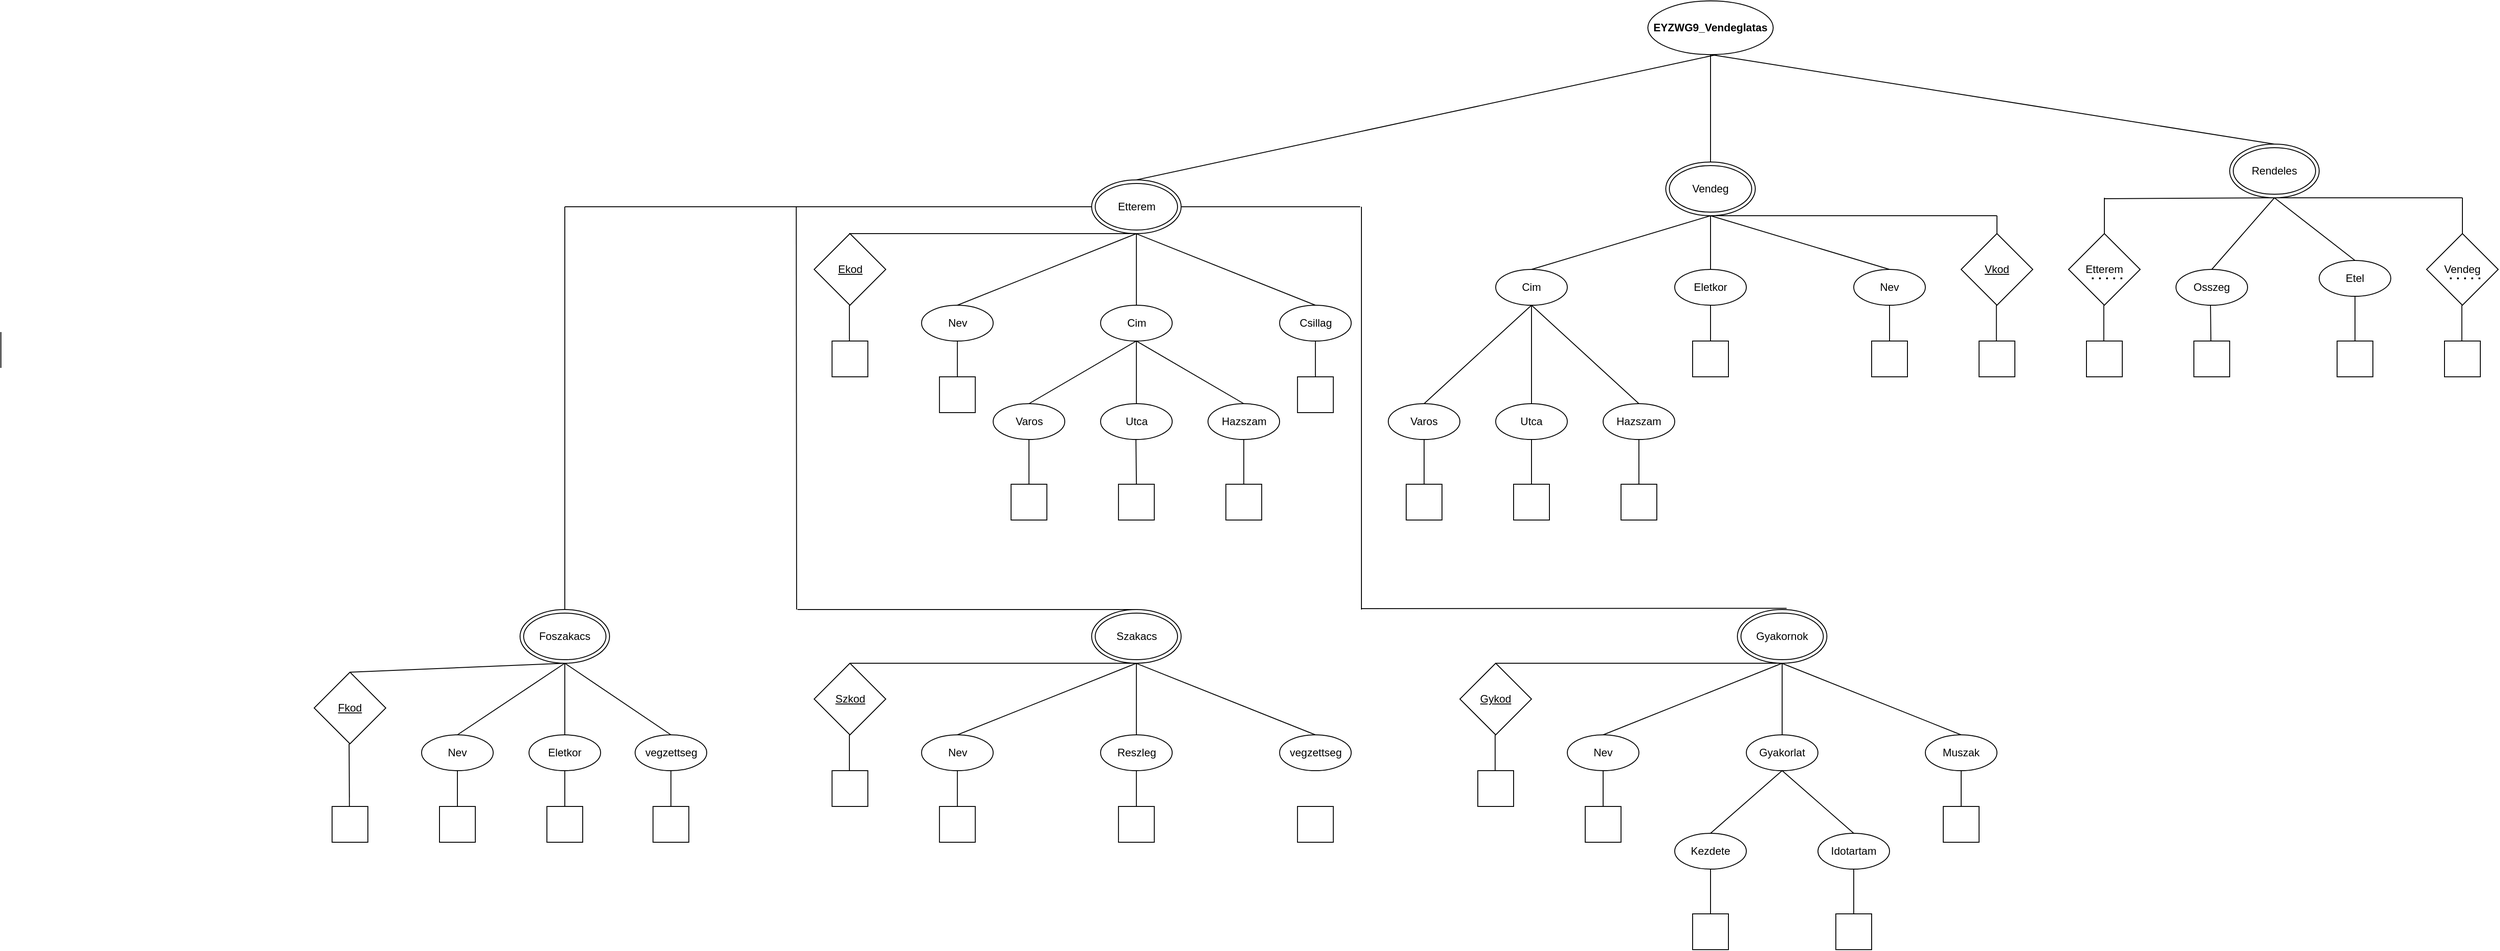
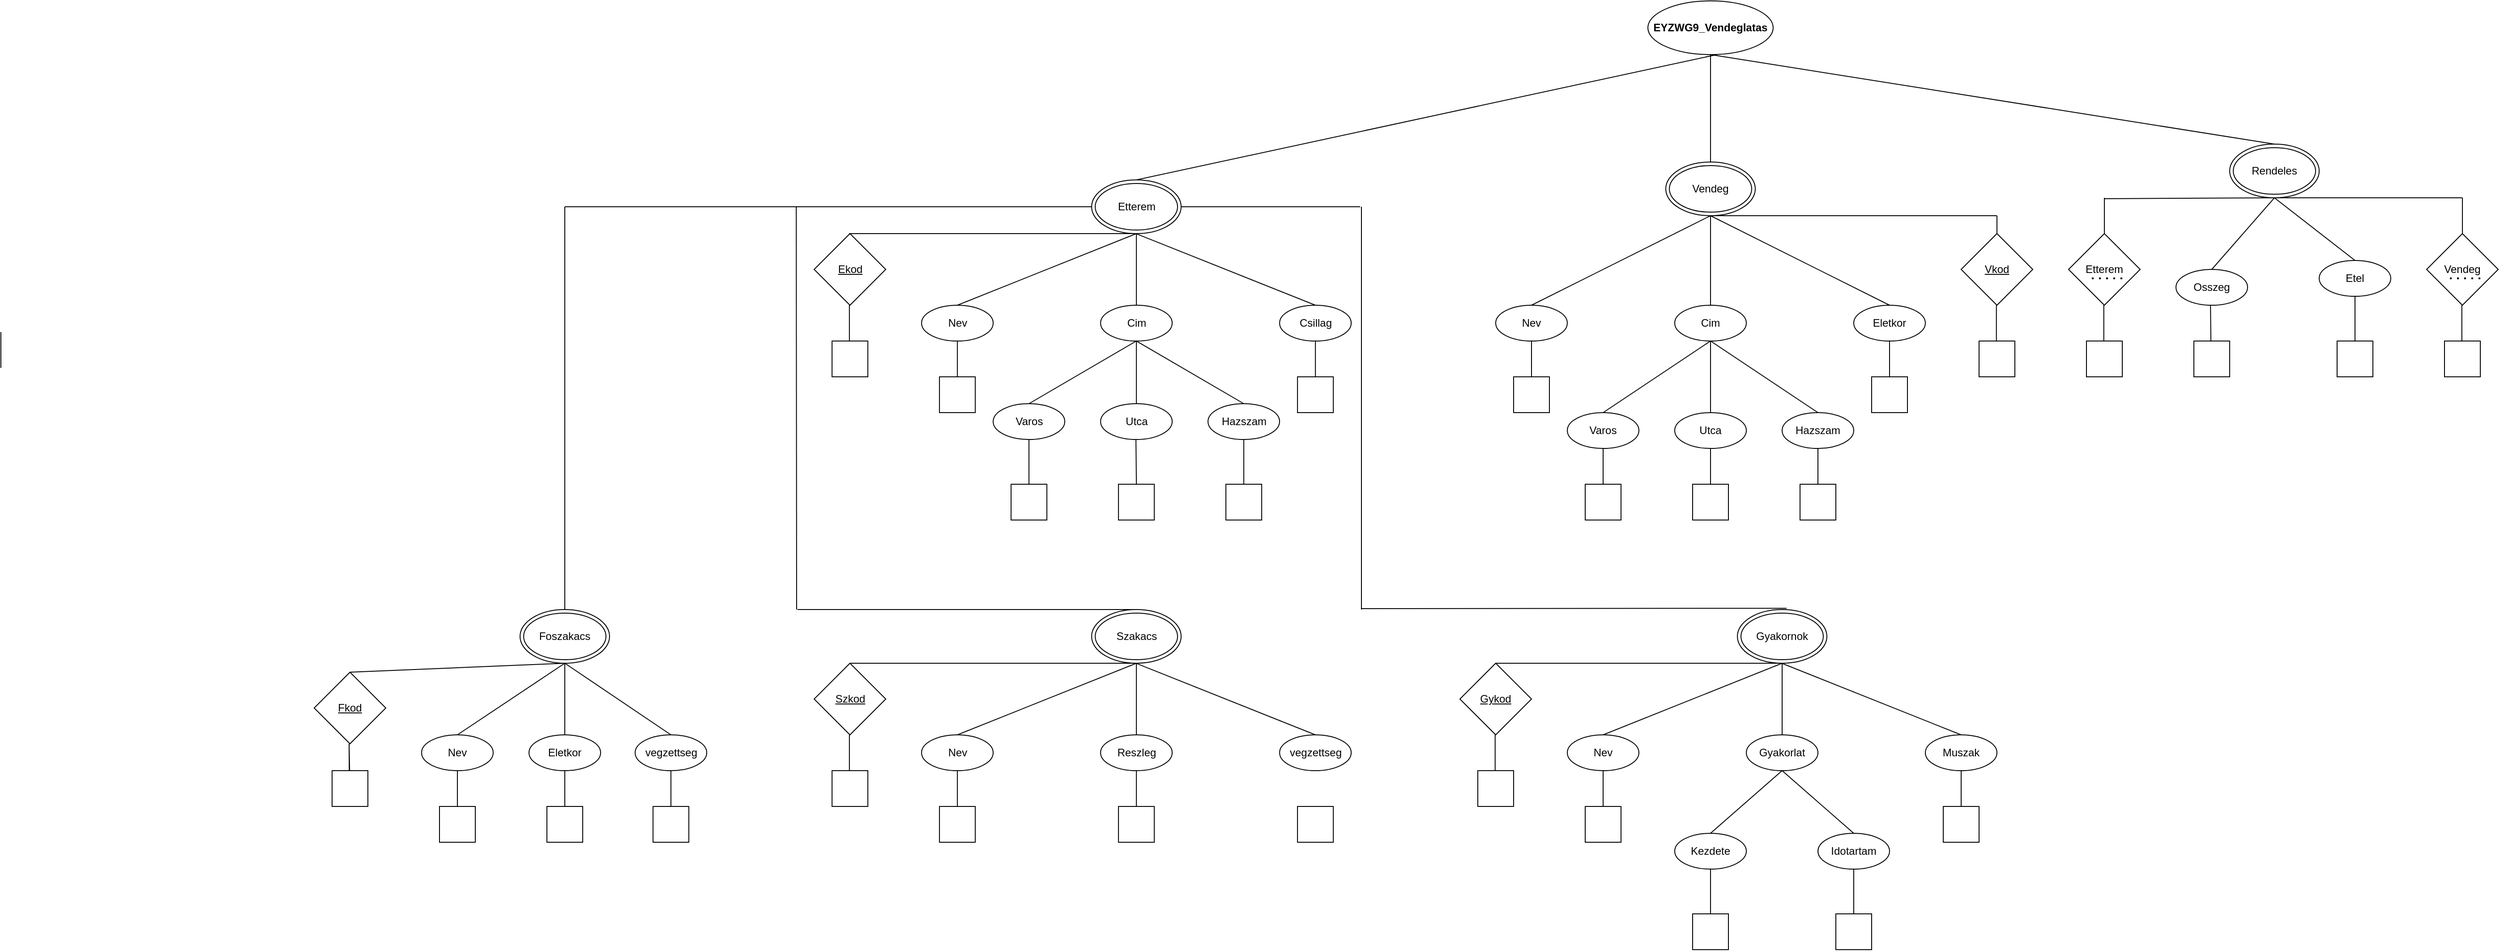
<mxfile host="app.diagrams.net" agent="Mozilla/5.0 (Windows NT 10.0; Win64; x64) AppleWebKit/537.36 (KHTML, like Gecko) Chrome/145.0.0.0 Safari/537.36" version="29.6.3">
  <diagram name="Oldal-1" id="nz7WcKxxeswCLz__thEY">
-     <mxGraphModel dx="4217" dy="1128" grid="1" gridSize="10" guides="1" tooltips="1" connect="1" arrows="1" fold="1" page="1" pageScale="1" pageWidth="827" pageHeight="1169" math="0" shadow="0">
+     <mxGraphModel dx="2935" dy="564" grid="1" gridSize="10" guides="1" tooltips="1" connect="1" arrows="1" fold="1" page="1" pageScale="1" pageWidth="827" pageHeight="1169" math="0" shadow="0">
      <root>
        <mxCell id="0" />
        <mxCell id="1" parent="0" />
        <mxCell id="hJ1O73lJxuiaSyrEaOxn-101" parent="1" style="whiteSpace=wrap;html=1;aspect=fixed;" value="" vertex="1">
          <mxGeometry height="40" width="40" x="1200" y="400" as="geometry" />
        </mxCell>
        <mxCell id="hJ1O73lJxuiaSyrEaOxn-102" edge="1" parent="1" style="endArrow=none;html=1;rounded=0;exitX=0.5;exitY=1;exitDx=0;exitDy=0;" value="">
          <mxGeometry height="50" relative="1" width="50" as="geometry">
            <mxPoint x="1218.57" y="360" as="sourcePoint" />
            <mxPoint x="1219" y="400" as="targetPoint" />
          </mxGeometry>
        </mxCell>
        <mxCell id="hJ1O73lJxuiaSyrEaOxn-97" parent="1" style="whiteSpace=wrap;html=1;aspect=fixed;" value="" vertex="1">
-           <mxGeometry height="40" width="40" x="640" y="400" as="geometry" />
+           <mxGeometry height="40" width="40" x="840" y="440" as="geometry" />
        </mxCell>
        <mxCell id="hJ1O73lJxuiaSyrEaOxn-98" edge="1" parent="1" source="hJ1O73lJxuiaSyrEaOxn-73" style="endArrow=none;html=1;rounded=0;exitX=0.5;exitY=1;exitDx=0;exitDy=0;" target="hJ1O73lJxuiaSyrEaOxn-97" value="">
          <mxGeometry height="50" relative="1" width="50" as="geometry">
-             <mxPoint x="680" y="350" as="sourcePoint" />
-             <mxPoint x="560.5" y="400" as="targetPoint" />
+             <mxPoint x="820" y="400" as="sourcePoint" />
+             <mxPoint x="720.5" y="440" as="targetPoint" />
          </mxGeometry>
        </mxCell>
        <mxCell id="cRNSnMfscdT3k6Sjh0Lz-1" parent="1" style="ellipse;whiteSpace=wrap;html=1;" value="&lt;font dir=&quot;auto&quot; style=&quot;vertical-align: inherit;&quot;&gt;&lt;font dir=&quot;auto&quot; style=&quot;vertical-align: inherit;&quot;&gt;&lt;font dir=&quot;auto&quot; style=&quot;vertical-align: inherit;&quot;&gt;&lt;font dir=&quot;auto&quot; style=&quot;vertical-align: inherit;&quot;&gt;&lt;font dir=&quot;auto&quot; style=&quot;vertical-align: inherit;&quot;&gt;&lt;font dir=&quot;auto&quot; style=&quot;vertical-align: inherit;&quot;&gt;&lt;font dir=&quot;auto&quot; style=&quot;vertical-align: inherit;&quot;&gt;&lt;font dir=&quot;auto&quot; style=&quot;vertical-align: inherit;&quot;&gt;&lt;b&gt;&lt;font dir=&quot;auto&quot; style=&quot;vertical-align: inherit;&quot;&gt;&lt;font dir=&quot;auto&quot; style=&quot;vertical-align: inherit;&quot;&gt;EYZWG9_Vendeglatas&lt;/font&gt;&lt;/font&gt;&lt;/b&gt;&lt;/font&gt;&lt;/font&gt;&lt;/font&gt;&lt;/font&gt;&lt;/font&gt;&lt;/font&gt;&lt;/font&gt;&lt;/font&gt;" vertex="1">
          <mxGeometry height="60" width="140" x="590" y="20" as="geometry" />
        </mxCell>
        <mxCell id="cRNSnMfscdT3k6Sjh0Lz-2" parent="1" style="ellipse;shape=doubleEllipse;whiteSpace=wrap;html=1;" value="Etterem" vertex="1">
          <mxGeometry height="60" width="100" x="-31.43" y="220" as="geometry" />
        </mxCell>
        <mxCell id="cRNSnMfscdT3k6Sjh0Lz-5" parent="1" style="ellipse;shape=doubleEllipse;whiteSpace=wrap;html=1;" value="Rendeles" vertex="1">
          <mxGeometry height="60" width="100" x="1240" y="180" as="geometry" />
        </mxCell>
        <mxCell id="cRNSnMfscdT3k6Sjh0Lz-14" edge="1" parent="1" source="cRNSnMfscdT3k6Sjh0Lz-2" style="endArrow=none;html=1;rounded=0;entryX=0.55;entryY=1;entryDx=0;entryDy=0;entryPerimeter=0;exitX=0.5;exitY=0;exitDx=0;exitDy=0;" target="cRNSnMfscdT3k6Sjh0Lz-1" value="">
          <mxGeometry height="50" relative="1" width="50" as="geometry">
            <mxPoint x="100" y="180" as="sourcePoint" />
            <mxPoint x="250" y="100" as="targetPoint" />
          </mxGeometry>
        </mxCell>
        <mxCell id="cRNSnMfscdT3k6Sjh0Lz-15" edge="1" parent="1" source="cRNSnMfscdT3k6Sjh0Lz-5" style="endArrow=none;html=1;rounded=0;exitX=0.5;exitY=0;exitDx=0;exitDy=0;entryX=0.5;entryY=1;entryDx=0;entryDy=0;" target="cRNSnMfscdT3k6Sjh0Lz-1" value="">
          <mxGeometry height="50" relative="1" width="50" as="geometry">
            <mxPoint x="310" y="200" as="sourcePoint" />
            <mxPoint x="400" y="100" as="targetPoint" />
          </mxGeometry>
        </mxCell>
        <mxCell id="cRNSnMfscdT3k6Sjh0Lz-16" edge="1" parent="1" style="endArrow=none;html=1;rounded=0;exitX=0.5;exitY=1;exitDx=0;exitDy=0;entryX=0.5;entryY=0;entryDx=0;entryDy=0;" value="">
          <mxGeometry height="50" relative="1" width="50" as="geometry">
            <mxPoint x="17.57" y="280" as="sourcePoint" />
            <mxPoint x="-302.43" y="280" as="targetPoint" />
          </mxGeometry>
        </mxCell>
        <mxCell id="cRNSnMfscdT3k6Sjh0Lz-17" parent="1" style="rhombus;whiteSpace=wrap;html=1;" value="&lt;u&gt;Ekod&lt;/u&gt;" vertex="1">
          <mxGeometry height="80" width="80" x="-341.43" y="280" as="geometry" />
        </mxCell>
        <mxCell id="cRNSnMfscdT3k6Sjh0Lz-18" parent="1" style="ellipse;whiteSpace=wrap;html=1;" value="Nev" vertex="1">
          <mxGeometry height="40" width="80" x="-221.43" y="360" as="geometry" />
        </mxCell>
        <mxCell id="cRNSnMfscdT3k6Sjh0Lz-20" parent="1" style="ellipse;whiteSpace=wrap;html=1;" value="Cim" vertex="1">
          <mxGeometry height="40" width="80" x="-21.43" y="360" as="geometry" />
        </mxCell>
        <mxCell id="cRNSnMfscdT3k6Sjh0Lz-21" parent="1" style="ellipse;whiteSpace=wrap;html=1;" value="Csillag" vertex="1">
          <mxGeometry height="40" width="80" x="178.57" y="360" as="geometry" />
        </mxCell>
        <mxCell id="cRNSnMfscdT3k6Sjh0Lz-22" parent="1" style="ellipse;whiteSpace=wrap;html=1;" value="Varos" vertex="1">
          <mxGeometry height="40" width="80" x="-141.43" y="470" as="geometry" />
        </mxCell>
        <mxCell id="cRNSnMfscdT3k6Sjh0Lz-23" parent="1" style="ellipse;whiteSpace=wrap;html=1;" value="Utca" vertex="1">
          <mxGeometry height="40" width="80" x="-21.43" y="470" as="geometry" />
        </mxCell>
        <mxCell id="cRNSnMfscdT3k6Sjh0Lz-24" parent="1" style="ellipse;whiteSpace=wrap;html=1;" value="Hazszam" vertex="1">
          <mxGeometry height="40" width="80" x="98.57" y="470" as="geometry" />
        </mxCell>
        <mxCell id="cRNSnMfscdT3k6Sjh0Lz-26" edge="1" parent="1" style="endArrow=none;html=1;rounded=0;entryX=0.5;entryY=0;entryDx=0;entryDy=0;" target="cRNSnMfscdT3k6Sjh0Lz-18" value="">
          <mxGeometry height="50" relative="1" width="50" as="geometry">
            <mxPoint x="18.57" y="280" as="sourcePoint" />
            <mxPoint x="-81.43" y="370" as="targetPoint" />
          </mxGeometry>
        </mxCell>
        <mxCell id="cRNSnMfscdT3k6Sjh0Lz-28" edge="1" parent="1" source="cRNSnMfscdT3k6Sjh0Lz-2" style="endArrow=none;html=1;rounded=0;entryX=0.5;entryY=0;entryDx=0;entryDy=0;exitX=0.5;exitY=1;exitDx=0;exitDy=0;" target="cRNSnMfscdT3k6Sjh0Lz-20" value="">
          <mxGeometry height="50" relative="1" width="50" as="geometry">
            <mxPoint x="68.57" y="310" as="sourcePoint" />
            <mxPoint x="-31.43" y="400" as="targetPoint" />
          </mxGeometry>
        </mxCell>
        <mxCell id="cRNSnMfscdT3k6Sjh0Lz-29" edge="1" parent="1" style="endArrow=none;html=1;rounded=0;entryX=0.5;entryY=0;entryDx=0;entryDy=0;exitX=0.5;exitY=1;exitDx=0;exitDy=0;" target="cRNSnMfscdT3k6Sjh0Lz-21" value="">
          <mxGeometry height="50" relative="1" width="50" as="geometry">
            <mxPoint x="18.07" y="280" as="sourcePoint" />
            <mxPoint x="18.07" y="370" as="targetPoint" />
          </mxGeometry>
        </mxCell>
        <mxCell id="cRNSnMfscdT3k6Sjh0Lz-30" edge="1" parent="1" source="cRNSnMfscdT3k6Sjh0Lz-20" style="endArrow=none;html=1;rounded=0;entryX=0.5;entryY=0;entryDx=0;entryDy=0;exitX=0.5;exitY=1;exitDx=0;exitDy=0;" target="cRNSnMfscdT3k6Sjh0Lz-22" value="">
          <mxGeometry height="50" relative="1" width="50" as="geometry">
            <mxPoint x="-71.93" y="380" as="sourcePoint" />
            <mxPoint x="-71.93" y="470" as="targetPoint" />
          </mxGeometry>
        </mxCell>
        <mxCell id="cRNSnMfscdT3k6Sjh0Lz-32" edge="1" parent="1" source="cRNSnMfscdT3k6Sjh0Lz-20" style="endArrow=none;html=1;rounded=0;entryX=0.5;entryY=0;entryDx=0;entryDy=0;exitX=0.5;exitY=1;exitDx=0;exitDy=0;" target="cRNSnMfscdT3k6Sjh0Lz-24" value="">
          <mxGeometry height="50" relative="1" width="50" as="geometry">
            <mxPoint x="18.07" y="410" as="sourcePoint" />
            <mxPoint x="18.07" y="470" as="targetPoint" />
          </mxGeometry>
        </mxCell>
        <mxCell id="cRNSnMfscdT3k6Sjh0Lz-33" edge="1" parent="1" style="endArrow=none;html=1;rounded=0;" value="">
          <mxGeometry height="50" relative="1" width="50" as="geometry">
            <Array as="points">
              <mxPoint x="-302.06" y="360" />
            </Array>
            <mxPoint x="-302.06" y="420" as="sourcePoint" />
            <mxPoint x="-302.06" y="410" as="targetPoint" />
          </mxGeometry>
        </mxCell>
        <mxCell id="cRNSnMfscdT3k6Sjh0Lz-35" parent="1" style="whiteSpace=wrap;html=1;aspect=fixed;" value="" vertex="1">
          <mxGeometry height="40" width="40" x="-321.43" y="400" as="geometry" />
        </mxCell>
        <mxCell id="cRNSnMfscdT3k6Sjh0Lz-46" parent="1" style="whiteSpace=wrap;html=1;aspect=fixed;" value="" vertex="1">
          <mxGeometry height="40" width="40" x="-121.43" y="560" as="geometry" />
        </mxCell>
        <mxCell id="cRNSnMfscdT3k6Sjh0Lz-52" edge="1" parent="1" style="endArrow=none;html=1;rounded=0;exitX=0.5;exitY=1;exitDx=0;exitDy=0;entryX=0.5;entryY=0;entryDx=0;entryDy=0;" target="cRNSnMfscdT3k6Sjh0Lz-50" value="">
          <mxGeometry height="50" relative="1" width="50" as="geometry">
            <mxPoint x="18.07" y="510" as="sourcePoint" />
            <mxPoint x="18.57" y="550" as="targetPoint" />
          </mxGeometry>
        </mxCell>
        <mxCell id="cRNSnMfscdT3k6Sjh0Lz-50" parent="1" style="whiteSpace=wrap;html=1;aspect=fixed;" value="" vertex="1">
          <mxGeometry height="40" width="40" x="-1.43" y="560" as="geometry" />
        </mxCell>
        <mxCell id="cRNSnMfscdT3k6Sjh0Lz-51" parent="1" style="whiteSpace=wrap;html=1;aspect=fixed;" value="" vertex="1">
          <mxGeometry height="40" width="40" x="118.57" y="560" as="geometry" />
        </mxCell>
        <mxCell id="cRNSnMfscdT3k6Sjh0Lz-56" edge="1" parent="1" source="cRNSnMfscdT3k6Sjh0Lz-21" style="endArrow=none;html=1;rounded=0;exitX=0.5;exitY=1;exitDx=0;exitDy=0;" target="cRNSnMfscdT3k6Sjh0Lz-55" value="">
          <mxGeometry height="50" relative="1" width="50" as="geometry">
            <Array as="points" />
            <mxPoint x="188.57" y="430" as="sourcePoint" />
            <mxPoint x="188.07" y="460" as="targetPoint" />
          </mxGeometry>
        </mxCell>
        <mxCell id="cRNSnMfscdT3k6Sjh0Lz-55" parent="1" style="whiteSpace=wrap;html=1;aspect=fixed;" value="" vertex="1">
          <mxGeometry height="40" width="40" x="198.57" y="440" as="geometry" />
        </mxCell>
        <mxCell id="hJ1O73lJxuiaSyrEaOxn-1" edge="1" parent="1" source="hJ1O73lJxuiaSyrEaOxn-3" style="endArrow=none;html=1;rounded=0;exitX=0.5;exitY=0;exitDx=0;exitDy=0;entryX=0.5;entryY=1;entryDx=0;entryDy=0;" target="cRNSnMfscdT3k6Sjh0Lz-18" value="">
          <mxGeometry height="50" relative="1" width="50" as="geometry">
            <mxPoint x="-151.43" y="440" as="sourcePoint" />
            <mxPoint x="-151.43" y="410" as="targetPoint" />
          </mxGeometry>
        </mxCell>
        <mxCell id="hJ1O73lJxuiaSyrEaOxn-3" parent="1" style="whiteSpace=wrap;html=1;aspect=fixed;" value="" vertex="1">
          <mxGeometry height="40" width="40" x="-201.43" y="440" as="geometry" />
        </mxCell>
        <mxCell id="hJ1O73lJxuiaSyrEaOxn-5" edge="1" parent="1" source="cRNSnMfscdT3k6Sjh0Lz-24" style="endArrow=none;html=1;rounded=0;exitX=0.5;exitY=1;exitDx=0;exitDy=0;" target="cRNSnMfscdT3k6Sjh0Lz-51" value="">
          <mxGeometry height="50" relative="1" width="50" as="geometry">
            <mxPoint x="18.57" y="520" as="sourcePoint" />
            <mxPoint x="19.07" y="560" as="targetPoint" />
          </mxGeometry>
        </mxCell>
        <mxCell id="hJ1O73lJxuiaSyrEaOxn-8" edge="1" parent="1" source="cRNSnMfscdT3k6Sjh0Lz-46" style="endArrow=none;html=1;rounded=0;entryX=0.5;entryY=1;entryDx=0;entryDy=0;" target="cRNSnMfscdT3k6Sjh0Lz-22" value="">
          <mxGeometry height="50" relative="1" width="50" as="geometry">
            <mxPoint x="-141.43" y="560" as="sourcePoint" />
            <mxPoint x="-91.43" y="510" as="targetPoint" />
          </mxGeometry>
        </mxCell>
        <mxCell id="hJ1O73lJxuiaSyrEaOxn-16" parent="1" style="ellipse;whiteSpace=wrap;html=1;" value="Osszeg" vertex="1">
          <mxGeometry height="40" width="80" x="1180" y="320" as="geometry" />
        </mxCell>
        <mxCell id="hJ1O73lJxuiaSyrEaOxn-19" edge="1" parent="1" source="cRNSnMfscdT3k6Sjh0Lz-5" style="endArrow=none;html=1;rounded=0;entryX=0.5;entryY=0;entryDx=0;entryDy=0;exitX=0.5;exitY=1;exitDx=0;exitDy=0;" target="hJ1O73lJxuiaSyrEaOxn-16" value="">
          <mxGeometry height="50" relative="1" width="50" as="geometry">
            <mxPoint x="1030" y="300" as="sourcePoint" />
            <mxPoint x="1230.5" y="380" as="targetPoint" />
          </mxGeometry>
        </mxCell>
        <mxCell id="hJ1O73lJxuiaSyrEaOxn-17" parent="1" style="ellipse;whiteSpace=wrap;html=1;" value="Etel" vertex="1">
          <mxGeometry height="40" width="80" x="1340" y="310" as="geometry" />
        </mxCell>
        <mxCell id="hJ1O73lJxuiaSyrEaOxn-20" edge="1" parent="1" style="endArrow=none;html=1;rounded=0;entryX=0.5;entryY=0;entryDx=0;entryDy=0;" target="hJ1O73lJxuiaSyrEaOxn-17" value="">
          <mxGeometry height="50" relative="1" width="50" as="geometry">
            <mxPoint x="1290" y="240" as="sourcePoint" />
            <mxPoint x="1210" y="320" as="targetPoint" />
          </mxGeometry>
        </mxCell>
        <mxCell id="hJ1O73lJxuiaSyrEaOxn-21" edge="1" parent="1" source="hJ1O73lJxuiaSyrEaOxn-70" style="endArrow=none;html=1;rounded=0;exitX=0.5;exitY=0;exitDx=0;exitDy=0;entryX=0.5;entryY=1;entryDx=0;entryDy=0;" target="cRNSnMfscdT3k6Sjh0Lz-1" value="">
          <mxGeometry height="50" relative="1" width="50" as="geometry">
            <mxPoint x="770" y="180" as="sourcePoint" />
            <mxPoint x="390" y="90" as="targetPoint" />
          </mxGeometry>
        </mxCell>
        <mxCell id="hJ1O73lJxuiaSyrEaOxn-70" parent="1" style="ellipse;shape=doubleEllipse;whiteSpace=wrap;html=1;" value="Vendeg" vertex="1">
          <mxGeometry height="60" width="100" x="610" y="200" as="geometry" />
        </mxCell>
        <mxCell id="hJ1O73lJxuiaSyrEaOxn-71" parent="1" style="ellipse;whiteSpace=wrap;html=1;" value="Cim" vertex="1">
-           <mxGeometry height="40" width="80" x="420" y="320" as="geometry" />
+           <mxGeometry height="40" width="80" x="620" y="360" as="geometry" />
        </mxCell>
        <mxCell id="hJ1O73lJxuiaSyrEaOxn-73" parent="1" style="ellipse;whiteSpace=wrap;html=1;" value="Eletkor" vertex="1">
-           <mxGeometry height="40" width="80" x="620" y="320" as="geometry" />
+           <mxGeometry height="40" width="80" x="820" y="360" as="geometry" />
        </mxCell>
        <mxCell id="hJ1O73lJxuiaSyrEaOxn-74" parent="1" style="ellipse;whiteSpace=wrap;html=1;" value="Nev" vertex="1">
-           <mxGeometry height="40" width="80" x="820" y="320" as="geometry" />
+           <mxGeometry height="40" width="80" x="420" y="360" as="geometry" />
        </mxCell>
        <mxCell id="hJ1O73lJxuiaSyrEaOxn-75" parent="1" style="ellipse;whiteSpace=wrap;html=1;" value="Varos" vertex="1">
-           <mxGeometry height="40" width="80" x="300" y="470" as="geometry" />
+           <mxGeometry height="40" width="80" x="500" y="480" as="geometry" />
        </mxCell>
        <mxCell id="hJ1O73lJxuiaSyrEaOxn-76" parent="1" style="ellipse;whiteSpace=wrap;html=1;" value="Utca" vertex="1">
-           <mxGeometry height="40" width="80" x="420" y="470" as="geometry" />
+           <mxGeometry height="40" width="80" x="620" y="480" as="geometry" />
        </mxCell>
        <mxCell id="hJ1O73lJxuiaSyrEaOxn-77" parent="1" style="ellipse;whiteSpace=wrap;html=1;" value="Hazszam" vertex="1">
-           <mxGeometry height="40" width="80" x="540" y="470" as="geometry" />
+           <mxGeometry height="40" width="80" x="740" y="480" as="geometry" />
        </mxCell>
        <mxCell id="hJ1O73lJxuiaSyrEaOxn-78" edge="1" parent="1" source="hJ1O73lJxuiaSyrEaOxn-70" style="endArrow=none;html=1;rounded=0;entryX=0.5;entryY=0;entryDx=0;entryDy=0;exitX=0.5;exitY=1;exitDx=0;exitDy=0;" target="hJ1O73lJxuiaSyrEaOxn-71" value="">
          <mxGeometry height="50" relative="1" width="50" as="geometry">
            <mxPoint x="680" y="240" as="sourcePoint" />
            <mxPoint x="580" y="330" as="targetPoint" />
          </mxGeometry>
        </mxCell>
        <mxCell id="hJ1O73lJxuiaSyrEaOxn-79" edge="1" parent="1" source="hJ1O73lJxuiaSyrEaOxn-70" style="endArrow=none;html=1;rounded=0;entryX=0.5;entryY=0;entryDx=0;entryDy=0;exitX=0.5;exitY=1;exitDx=0;exitDy=0;" target="hJ1O73lJxuiaSyrEaOxn-73" value="">
          <mxGeometry height="50" relative="1" width="50" as="geometry">
            <mxPoint x="730" y="270" as="sourcePoint" />
            <mxPoint x="630" y="360" as="targetPoint" />
          </mxGeometry>
        </mxCell>
        <mxCell id="hJ1O73lJxuiaSyrEaOxn-80" edge="1" parent="1" source="hJ1O73lJxuiaSyrEaOxn-70" style="endArrow=none;html=1;rounded=0;entryX=0.5;entryY=0;entryDx=0;entryDy=0;exitX=0.5;exitY=1;exitDx=0;exitDy=0;" target="hJ1O73lJxuiaSyrEaOxn-74" value="">
          <mxGeometry height="50" relative="1" width="50" as="geometry">
            <mxPoint x="679.5" y="240" as="sourcePoint" />
            <mxPoint x="679.5" y="330" as="targetPoint" />
          </mxGeometry>
        </mxCell>
-         <mxCell id="hJ1O73lJxuiaSyrEaOxn-81" edge="1" parent="1" source="hJ1O73lJxuiaSyrEaOxn-71" style="endArrow=none;html=1;rounded=0;entryX=0.5;entryY=0;entryDx=0;entryDy=0;exitX=0.5;exitY=1;exitDx=0;exitDy=0;" value="">
-           <mxGeometry height="50" relative="1" width="50" as="geometry">
-             <mxPoint x="549.5" y="340" as="sourcePoint" />
-             <mxPoint x="340" y="470" as="targetPoint" />
+         <mxCell id="hJ1O73lJxuiaSyrEaOxn-81" edge="1" parent="1" source="hJ1O73lJxuiaSyrEaOxn-71" style="endArrow=none;html=1;rounded=0;entryX=0.5;entryY=0;entryDx=0;entryDy=0;exitX=0.5;exitY=1;exitDx=0;exitDy=0;" target="hJ1O73lJxuiaSyrEaOxn-75" value="">
+           <mxGeometry height="50" relative="1" width="50" as="geometry">
+             <mxPoint x="749.5" y="380" as="sourcePoint" />
+             <mxPoint x="540" y="510" as="targetPoint" />
          </mxGeometry>
        </mxCell>
        <mxCell id="hJ1O73lJxuiaSyrEaOxn-83" edge="1" parent="1" source="hJ1O73lJxuiaSyrEaOxn-71" style="endArrow=none;html=1;rounded=0;entryX=0.5;entryY=0;entryDx=0;entryDy=0;exitX=0.5;exitY=1;exitDx=0;exitDy=0;" target="hJ1O73lJxuiaSyrEaOxn-77" value="">
          <mxGeometry height="50" relative="1" width="50" as="geometry">
-             <mxPoint x="679.5" y="370" as="sourcePoint" />
-             <mxPoint x="679.5" y="430" as="targetPoint" />
-           </mxGeometry>
-         </mxCell>
-         <mxCell id="hJ1O73lJxuiaSyrEaOxn-84" parent="1" style="whiteSpace=wrap;html=1;aspect=fixed;" value="" vertex="1">
-           <mxGeometry height="40" width="40" x="320" y="560" as="geometry" />
+             <mxPoint x="879.5" y="410" as="sourcePoint" />
+             <mxPoint x="879.5" y="470" as="targetPoint" />
+           </mxGeometry>
        </mxCell>
        <mxCell id="hJ1O73lJxuiaSyrEaOxn-85" edge="1" parent="1" source="hJ1O73lJxuiaSyrEaOxn-76" style="endArrow=none;html=1;rounded=0;exitX=0.5;exitY=1;exitDx=0;exitDy=0;entryX=0.5;entryY=0;entryDx=0;entryDy=0;" target="hJ1O73lJxuiaSyrEaOxn-86" value="">
          <mxGeometry height="50" relative="1" width="50" as="geometry">
-             <mxPoint x="479.5" y="510" as="sourcePoint" />
-             <mxPoint x="480" y="550" as="targetPoint" />
+             <mxPoint x="679.5" y="550" as="sourcePoint" />
+             <mxPoint x="680" y="590" as="targetPoint" />
          </mxGeometry>
        </mxCell>
        <mxCell id="hJ1O73lJxuiaSyrEaOxn-86" parent="1" style="whiteSpace=wrap;html=1;aspect=fixed;" value="" vertex="1">
-           <mxGeometry height="40" width="40" x="440" y="560" as="geometry" />
+           <mxGeometry height="40" width="40" x="640" y="560" as="geometry" />
        </mxCell>
        <mxCell id="hJ1O73lJxuiaSyrEaOxn-87" parent="1" style="whiteSpace=wrap;html=1;aspect=fixed;" value="" vertex="1">
-           <mxGeometry height="40" width="40" x="560" y="560" as="geometry" />
+           <mxGeometry height="40" width="40" x="760" y="560" as="geometry" />
        </mxCell>
        <mxCell id="hJ1O73lJxuiaSyrEaOxn-88" edge="1" parent="1" source="hJ1O73lJxuiaSyrEaOxn-74" style="endArrow=none;html=1;rounded=0;exitX=0.5;exitY=1;exitDx=0;exitDy=0;" target="hJ1O73lJxuiaSyrEaOxn-89" value="">
          <mxGeometry height="50" relative="1" width="50" as="geometry">
            <Array as="points" />
-             <mxPoint x="850" y="390" as="sourcePoint" />
-             <mxPoint x="849.5" y="420" as="targetPoint" />
+             <mxPoint x="490" y="430" as="sourcePoint" />
+             <mxPoint x="489.5" y="460" as="targetPoint" />
          </mxGeometry>
        </mxCell>
        <mxCell id="hJ1O73lJxuiaSyrEaOxn-89" parent="1" style="whiteSpace=wrap;html=1;aspect=fixed;" value="" vertex="1">
-           <mxGeometry height="40" width="40" x="840" y="400" as="geometry" />
+           <mxGeometry height="40" width="40" x="440" y="440" as="geometry" />
        </mxCell>
        <mxCell id="hJ1O73lJxuiaSyrEaOxn-92" edge="1" parent="1" source="hJ1O73lJxuiaSyrEaOxn-77" style="endArrow=none;html=1;rounded=0;exitX=0.5;exitY=1;exitDx=0;exitDy=0;" target="hJ1O73lJxuiaSyrEaOxn-87" value="">
          <mxGeometry height="50" relative="1" width="50" as="geometry">
-             <mxPoint x="480" y="520" as="sourcePoint" />
-             <mxPoint x="480.5" y="560" as="targetPoint" />
-           </mxGeometry>
-         </mxCell>
-         <mxCell id="hJ1O73lJxuiaSyrEaOxn-93" edge="1" parent="1" style="endArrow=none;html=1;rounded=0;entryX=0.5;entryY=1;entryDx=0;entryDy=0;" value="">
-           <mxGeometry height="50" relative="1" width="50" as="geometry">
-             <mxPoint x="340" y="560" as="sourcePoint" />
-             <mxPoint x="340" y="510" as="targetPoint" />
+             <mxPoint x="680" y="560" as="sourcePoint" />
+             <mxPoint x="680.5" y="600" as="targetPoint" />
+           </mxGeometry>
+         </mxCell>
+         <mxCell id="hJ1O73lJxuiaSyrEaOxn-93" edge="1" parent="1" source="hJ1O73lJxuiaSyrEaOxn-84" style="endArrow=none;html=1;rounded=0;entryX=0.5;entryY=1;entryDx=0;entryDy=0;" target="hJ1O73lJxuiaSyrEaOxn-75" value="">
+           <mxGeometry height="50" relative="1" width="50" as="geometry">
+             <mxPoint x="540" y="600" as="sourcePoint" />
+             <mxPoint x="540" y="550" as="targetPoint" />
          </mxGeometry>
        </mxCell>
        <mxCell id="hJ1O73lJxuiaSyrEaOxn-99" parent="1" style="whiteSpace=wrap;html=1;aspect=fixed;" value="" vertex="1">
          <mxGeometry height="40" width="40" x="1360" y="400" as="geometry" />
        </mxCell>
        <mxCell id="hJ1O73lJxuiaSyrEaOxn-100" edge="1" parent="1" source="hJ1O73lJxuiaSyrEaOxn-17" style="endArrow=none;html=1;rounded=0;exitX=0.5;exitY=1;exitDx=0;exitDy=0;entryX=0.5;entryY=0;entryDx=0;entryDy=0;" target="hJ1O73lJxuiaSyrEaOxn-99" value="">
          <mxGeometry height="50" relative="1" width="50" as="geometry">
            <mxPoint x="1390" y="360" as="sourcePoint" />
            <mxPoint x="1390" y="400" as="targetPoint" />
          </mxGeometry>
        </mxCell>
        <mxCell id="hJ1O73lJxuiaSyrEaOxn-94" edge="1" parent="1" source="hJ1O73lJxuiaSyrEaOxn-71" style="endArrow=none;html=1;rounded=0;entryX=0.5;entryY=0;entryDx=0;entryDy=0;exitX=0.5;exitY=1;exitDx=0;exitDy=0;" target="hJ1O73lJxuiaSyrEaOxn-76" value="">
          <mxGeometry height="50" relative="1" width="50" as="geometry">
-             <mxPoint x="680" y="360" as="sourcePoint" />
-             <mxPoint x="630" y="450" as="targetPoint" />
+             <mxPoint x="880" y="400" as="sourcePoint" />
+             <mxPoint x="830" y="490" as="targetPoint" />
          </mxGeometry>
        </mxCell>
        <mxCell id="RG7e_Q1HWxDHngHTMkDe-1" parent="1" style="ellipse;shape=doubleEllipse;whiteSpace=wrap;html=1;" value="Szakacs" vertex="1">
          <mxGeometry height="60" width="100" x="-31.430000000000007" y="700" as="geometry" />
        </mxCell>
        <mxCell id="RG7e_Q1HWxDHngHTMkDe-2" edge="1" parent="1" source="RG7e_Q1HWxDHngHTMkDe-1" style="endArrow=none;html=1;rounded=0;exitX=0.5;exitY=1;exitDx=0;exitDy=0;entryX=0.5;entryY=0;entryDx=0;entryDy=0;" target="RG7e_Q1HWxDHngHTMkDe-3" value="">
          <mxGeometry height="50" relative="1" width="50" as="geometry">
            <mxPoint x="-41.43000000000001" y="810" as="sourcePoint" />
            <mxPoint x="-41.43000000000001" y="800" as="targetPoint" />
          </mxGeometry>
        </mxCell>
        <mxCell id="RG7e_Q1HWxDHngHTMkDe-3" parent="1" style="rhombus;whiteSpace=wrap;html=1;" value="&lt;u&gt;Szkod&lt;/u&gt;" vertex="1">
          <mxGeometry height="80" width="80" x="-341.43000000000006" y="760" as="geometry" />
        </mxCell>
        <mxCell id="RG7e_Q1HWxDHngHTMkDe-4" parent="1" style="ellipse;whiteSpace=wrap;html=1;" value="Nev" vertex="1">
          <mxGeometry height="40" width="80" x="-221.43000000000006" y="840" as="geometry" />
        </mxCell>
        <mxCell id="RG7e_Q1HWxDHngHTMkDe-6" parent="1" style="ellipse;whiteSpace=wrap;html=1;" value="Reszleg" vertex="1">
          <mxGeometry height="40" width="80" x="-21.430000000000007" y="840" as="geometry" />
        </mxCell>
        <mxCell id="RG7e_Q1HWxDHngHTMkDe-7" parent="1" style="ellipse;whiteSpace=wrap;html=1;" value="vegzettseg" vertex="1">
          <mxGeometry height="40" width="80" x="178.57" y="840" as="geometry" />
        </mxCell>
        <mxCell id="RG7e_Q1HWxDHngHTMkDe-11" edge="1" parent="1" style="endArrow=none;html=1;rounded=0;entryX=0.5;entryY=0;entryDx=0;entryDy=0;" target="RG7e_Q1HWxDHngHTMkDe-4" value="">
          <mxGeometry height="50" relative="1" width="50" as="geometry">
            <mxPoint x="18.569999999999993" y="760" as="sourcePoint" />
            <mxPoint x="-81.43" y="850" as="targetPoint" />
          </mxGeometry>
        </mxCell>
        <mxCell id="RG7e_Q1HWxDHngHTMkDe-12" edge="1" parent="1" source="RG7e_Q1HWxDHngHTMkDe-1" style="endArrow=none;html=1;rounded=0;entryX=0.5;entryY=0;entryDx=0;entryDy=0;exitX=0.5;exitY=1;exitDx=0;exitDy=0;" target="RG7e_Q1HWxDHngHTMkDe-6" value="">
          <mxGeometry height="50" relative="1" width="50" as="geometry">
            <mxPoint x="68.57" y="790" as="sourcePoint" />
            <mxPoint x="-31.430000000000007" y="880" as="targetPoint" />
          </mxGeometry>
        </mxCell>
        <mxCell id="RG7e_Q1HWxDHngHTMkDe-13" edge="1" parent="1" style="endArrow=none;html=1;rounded=0;entryX=0.5;entryY=0;entryDx=0;entryDy=0;exitX=0.5;exitY=1;exitDx=0;exitDy=0;" target="RG7e_Q1HWxDHngHTMkDe-7" value="">
          <mxGeometry height="50" relative="1" width="50" as="geometry">
            <mxPoint x="18.069999999999993" y="760" as="sourcePoint" />
            <mxPoint x="18.069999999999993" y="850" as="targetPoint" />
          </mxGeometry>
        </mxCell>
        <mxCell id="RG7e_Q1HWxDHngHTMkDe-17" edge="1" parent="1" style="endArrow=none;html=1;rounded=0;" value="">
          <mxGeometry height="50" relative="1" width="50" as="geometry">
            <Array as="points">
              <mxPoint x="-302.05999999999995" y="840" />
            </Array>
            <mxPoint x="-302.05999999999995" y="900" as="sourcePoint" />
            <mxPoint x="-302.05999999999995" y="890" as="targetPoint" />
          </mxGeometry>
        </mxCell>
        <mxCell id="RG7e_Q1HWxDHngHTMkDe-18" parent="1" style="whiteSpace=wrap;html=1;aspect=fixed;" value="" vertex="1">
          <mxGeometry height="40" width="40" x="-321.43000000000006" y="880" as="geometry" />
        </mxCell>
        <mxCell id="RG7e_Q1HWxDHngHTMkDe-23" edge="1" parent="1" style="endArrow=none;html=1;rounded=0;exitX=0.5;exitY=1;exitDx=0;exitDy=0;" value="">
          <mxGeometry height="50" relative="1" width="50" as="geometry">
            <Array as="points" />
            <mxPoint x="-1249.9999999999995" y="390" as="sourcePoint" />
            <mxPoint x="-1249.9999999999995" y="430" as="targetPoint" />
          </mxGeometry>
        </mxCell>
        <mxCell id="RG7e_Q1HWxDHngHTMkDe-24" parent="1" style="whiteSpace=wrap;html=1;aspect=fixed;" value="" vertex="1">
          <mxGeometry height="40" width="40" x="198.57" y="920" as="geometry" />
        </mxCell>
        <mxCell id="RG7e_Q1HWxDHngHTMkDe-25" edge="1" parent="1" source="RG7e_Q1HWxDHngHTMkDe-26" style="endArrow=none;html=1;rounded=0;exitX=0.5;exitY=0;exitDx=0;exitDy=0;entryX=0.5;entryY=1;entryDx=0;entryDy=0;" target="RG7e_Q1HWxDHngHTMkDe-4" value="">
          <mxGeometry height="50" relative="1" width="50" as="geometry">
            <mxPoint x="-151.43000000000006" y="920" as="sourcePoint" />
            <mxPoint x="-151.43000000000006" y="890" as="targetPoint" />
          </mxGeometry>
        </mxCell>
        <mxCell id="RG7e_Q1HWxDHngHTMkDe-26" parent="1" style="whiteSpace=wrap;html=1;aspect=fixed;" value="" vertex="1">
          <mxGeometry height="40" width="40" x="-201.43000000000006" y="920" as="geometry" />
        </mxCell>
        <mxCell id="RG7e_Q1HWxDHngHTMkDe-29" edge="1" parent="1" source="RG7e_Q1HWxDHngHTMkDe-6" style="endArrow=none;html=1;rounded=0;exitX=0.5;exitY=1;exitDx=0;exitDy=0;entryX=0.5;entryY=0;entryDx=0;entryDy=0;" target="RG7e_Q1HWxDHngHTMkDe-30" value="">
          <mxGeometry height="50" relative="1" width="50" as="geometry">
            <mxPoint x="-271.43000000000006" y="920" as="sourcePoint" />
            <mxPoint x="18.569999999999993" y="910" as="targetPoint" />
          </mxGeometry>
        </mxCell>
        <mxCell id="RG7e_Q1HWxDHngHTMkDe-30" parent="1" style="whiteSpace=wrap;html=1;aspect=fixed;" value="" vertex="1">
          <mxGeometry height="40" width="40" x="-1.4300000000000068" y="920" as="geometry" />
        </mxCell>
        <mxCell id="RG7e_Q1HWxDHngHTMkDe-33" parent="1" style="ellipse;shape=doubleEllipse;whiteSpace=wrap;html=1;" value="Foszakacs" vertex="1">
          <mxGeometry height="60" width="100" x="-670" y="700" as="geometry" />
        </mxCell>
        <mxCell id="RG7e_Q1HWxDHngHTMkDe-35" parent="1" style="rhombus;whiteSpace=wrap;html=1;" value="&lt;u&gt;Fkod&lt;/u&gt;" vertex="1">
          <mxGeometry height="80" width="80" x="-900" y="770" as="geometry" />
        </mxCell>
        <mxCell id="RG7e_Q1HWxDHngHTMkDe-36" parent="1" style="ellipse;whiteSpace=wrap;html=1;" value="Nev" vertex="1">
          <mxGeometry height="40" width="80" x="-780" y="840" as="geometry" />
        </mxCell>
        <mxCell id="RG7e_Q1HWxDHngHTMkDe-37" parent="1" style="ellipse;whiteSpace=wrap;html=1;" value="Eletkor" vertex="1">
          <mxGeometry height="40" width="80" x="-660" y="840" as="geometry" />
        </mxCell>
        <mxCell id="RG7e_Q1HWxDHngHTMkDe-38" parent="1" style="ellipse;whiteSpace=wrap;html=1;" value="vegzettseg" vertex="1">
          <mxGeometry height="40" width="80" x="-541.4300000000001" y="840" as="geometry" />
        </mxCell>
        <mxCell id="RG7e_Q1HWxDHngHTMkDe-40" edge="1" parent="1" source="RG7e_Q1HWxDHngHTMkDe-33" style="endArrow=none;html=1;rounded=0;entryX=0.5;entryY=0;entryDx=0;entryDy=0;exitX=0.5;exitY=1;exitDx=0;exitDy=0;" target="RG7e_Q1HWxDHngHTMkDe-37" value="">
          <mxGeometry height="50" relative="1" width="50" as="geometry">
            <mxPoint x="-490" y="790" as="sourcePoint" />
            <mxPoint x="-590" y="880" as="targetPoint" />
          </mxGeometry>
        </mxCell>
-         <mxCell id="RG7e_Q1HWxDHngHTMkDe-42" edge="1" parent="1" style="endArrow=none;html=1;rounded=0;" value="">
+         <mxCell id="RG7e_Q1HWxDHngHTMkDe-42" edge="1" parent="1" source="RG7e_Q1HWxDHngHTMkDe-43" style="endArrow=none;html=1;rounded=0;" value="">
          <mxGeometry height="50" relative="1" width="50" as="geometry">
            <Array as="points">
              <mxPoint x="-861" y="850" />
            </Array>
            <mxPoint x="-860.6300000000001" y="920" as="sourcePoint" />
            <mxPoint x="-860.6300000000001" y="910" as="targetPoint" />
          </mxGeometry>
        </mxCell>
-         <mxCell id="RG7e_Q1HWxDHngHTMkDe-43" parent="1" style="whiteSpace=wrap;html=1;aspect=fixed;" value="" vertex="1">
-           <mxGeometry height="40" width="40" x="-880" y="920" as="geometry" />
-         </mxCell>
        <mxCell id="RG7e_Q1HWxDHngHTMkDe-44" edge="1" parent="1" source="RG7e_Q1HWxDHngHTMkDe-38" style="endArrow=none;html=1;rounded=0;exitX=0.5;exitY=1;exitDx=0;exitDy=0;" target="RG7e_Q1HWxDHngHTMkDe-45" value="">
          <mxGeometry height="50" relative="1" width="50" as="geometry">
            <Array as="points" />
            <mxPoint x="-370" y="910" as="sourcePoint" />
            <mxPoint x="-370.5" y="940" as="targetPoint" />
          </mxGeometry>
        </mxCell>
        <mxCell id="RG7e_Q1HWxDHngHTMkDe-45" parent="1" style="whiteSpace=wrap;html=1;aspect=fixed;" value="" vertex="1">
          <mxGeometry height="40" width="40" x="-521.4300000000001" y="920" as="geometry" />
        </mxCell>
        <mxCell id="RG7e_Q1HWxDHngHTMkDe-46" edge="1" parent="1" source="RG7e_Q1HWxDHngHTMkDe-47" style="endArrow=none;html=1;rounded=0;exitX=0.5;exitY=0;exitDx=0;exitDy=0;entryX=0.5;entryY=1;entryDx=0;entryDy=0;" target="RG7e_Q1HWxDHngHTMkDe-36" value="">
          <mxGeometry height="50" relative="1" width="50" as="geometry">
            <mxPoint x="-710" y="920" as="sourcePoint" />
            <mxPoint x="-710" y="890" as="targetPoint" />
          </mxGeometry>
        </mxCell>
        <mxCell id="RG7e_Q1HWxDHngHTMkDe-47" parent="1" style="whiteSpace=wrap;html=1;aspect=fixed;" value="" vertex="1">
          <mxGeometry height="40" width="40" x="-760" y="920" as="geometry" />
        </mxCell>
        <mxCell id="RG7e_Q1HWxDHngHTMkDe-48" edge="1" parent="1" source="RG7e_Q1HWxDHngHTMkDe-37" style="endArrow=none;html=1;rounded=0;exitX=0.5;exitY=1;exitDx=0;exitDy=0;entryX=0.5;entryY=0;entryDx=0;entryDy=0;" target="RG7e_Q1HWxDHngHTMkDe-49" value="">
          <mxGeometry height="50" relative="1" width="50" as="geometry">
            <mxPoint x="-830" y="920" as="sourcePoint" />
            <mxPoint x="-540" y="910" as="targetPoint" />
          </mxGeometry>
        </mxCell>
        <mxCell id="RG7e_Q1HWxDHngHTMkDe-49" parent="1" style="whiteSpace=wrap;html=1;aspect=fixed;" value="" vertex="1">
          <mxGeometry height="40" width="40" x="-640" y="920" as="geometry" />
        </mxCell>
        <mxCell id="RG7e_Q1HWxDHngHTMkDe-50" parent="1" style="ellipse;shape=doubleEllipse;whiteSpace=wrap;html=1;" value="Gyakornok" vertex="1">
          <mxGeometry height="60" width="100" x="690" y="700" as="geometry" />
        </mxCell>
        <mxCell id="RG7e_Q1HWxDHngHTMkDe-51" edge="1" parent="1" source="RG7e_Q1HWxDHngHTMkDe-50" style="endArrow=none;html=1;rounded=0;exitX=0.5;exitY=1;exitDx=0;exitDy=0;entryX=0.5;entryY=0;entryDx=0;entryDy=0;" target="RG7e_Q1HWxDHngHTMkDe-52" value="">
          <mxGeometry height="50" relative="1" width="50" as="geometry">
            <mxPoint x="680" y="810" as="sourcePoint" />
            <mxPoint x="680" y="800" as="targetPoint" />
          </mxGeometry>
        </mxCell>
        <mxCell id="RG7e_Q1HWxDHngHTMkDe-52" parent="1" style="rhombus;whiteSpace=wrap;html=1;" value="&lt;u&gt;Gykod&lt;/u&gt;" vertex="1">
          <mxGeometry height="80" width="80" x="380" y="760" as="geometry" />
        </mxCell>
        <mxCell id="RG7e_Q1HWxDHngHTMkDe-53" parent="1" style="ellipse;whiteSpace=wrap;html=1;" value="Nev" vertex="1">
          <mxGeometry height="40" width="80" x="500" y="840" as="geometry" />
        </mxCell>
        <mxCell id="RG7e_Q1HWxDHngHTMkDe-55" parent="1" style="ellipse;whiteSpace=wrap;html=1;" value="Gyakorlat" vertex="1">
          <mxGeometry height="40" width="80" x="700" y="840" as="geometry" />
        </mxCell>
        <mxCell id="RG7e_Q1HWxDHngHTMkDe-56" parent="1" style="ellipse;whiteSpace=wrap;html=1;" value="Muszak" vertex="1">
          <mxGeometry height="40" width="80" x="900" y="840" as="geometry" />
        </mxCell>
        <mxCell id="RG7e_Q1HWxDHngHTMkDe-57" parent="1" style="ellipse;whiteSpace=wrap;html=1;" value="Kezdete" vertex="1">
          <mxGeometry height="40" width="80" x="620" y="950" as="geometry" />
        </mxCell>
        <mxCell id="RG7e_Q1HWxDHngHTMkDe-59" parent="1" style="ellipse;whiteSpace=wrap;html=1;" value="Idotartam" vertex="1">
          <mxGeometry height="40" width="80" x="780" y="950" as="geometry" />
        </mxCell>
        <mxCell id="RG7e_Q1HWxDHngHTMkDe-60" edge="1" parent="1" style="endArrow=none;html=1;rounded=0;entryX=0.5;entryY=0;entryDx=0;entryDy=0;" target="RG7e_Q1HWxDHngHTMkDe-53" value="">
          <mxGeometry height="50" relative="1" width="50" as="geometry">
            <mxPoint x="740" y="760" as="sourcePoint" />
            <mxPoint x="640" y="850" as="targetPoint" />
          </mxGeometry>
        </mxCell>
        <mxCell id="RG7e_Q1HWxDHngHTMkDe-61" edge="1" parent="1" source="RG7e_Q1HWxDHngHTMkDe-50" style="endArrow=none;html=1;rounded=0;entryX=0.5;entryY=0;entryDx=0;entryDy=0;exitX=0.5;exitY=1;exitDx=0;exitDy=0;" target="RG7e_Q1HWxDHngHTMkDe-55" value="">
          <mxGeometry height="50" relative="1" width="50" as="geometry">
            <mxPoint x="790" y="790" as="sourcePoint" />
            <mxPoint x="690" y="880" as="targetPoint" />
          </mxGeometry>
        </mxCell>
        <mxCell id="RG7e_Q1HWxDHngHTMkDe-62" edge="1" parent="1" style="endArrow=none;html=1;rounded=0;entryX=0.5;entryY=0;entryDx=0;entryDy=0;exitX=0.5;exitY=1;exitDx=0;exitDy=0;" target="RG7e_Q1HWxDHngHTMkDe-56" value="">
          <mxGeometry height="50" relative="1" width="50" as="geometry">
            <mxPoint x="739.5" y="760" as="sourcePoint" />
            <mxPoint x="739.5" y="850" as="targetPoint" />
          </mxGeometry>
        </mxCell>
        <mxCell id="RG7e_Q1HWxDHngHTMkDe-63" edge="1" parent="1" source="RG7e_Q1HWxDHngHTMkDe-55" style="endArrow=none;html=1;rounded=0;entryX=0.5;entryY=0;entryDx=0;entryDy=0;exitX=0.5;exitY=1;exitDx=0;exitDy=0;" target="RG7e_Q1HWxDHngHTMkDe-57" value="">
          <mxGeometry height="50" relative="1" width="50" as="geometry">
            <mxPoint x="649.5" y="860" as="sourcePoint" />
            <mxPoint x="649.5" y="950" as="targetPoint" />
          </mxGeometry>
        </mxCell>
        <mxCell id="RG7e_Q1HWxDHngHTMkDe-65" edge="1" parent="1" source="RG7e_Q1HWxDHngHTMkDe-55" style="endArrow=none;html=1;rounded=0;entryX=0.5;entryY=0;entryDx=0;entryDy=0;exitX=0.5;exitY=1;exitDx=0;exitDy=0;" target="RG7e_Q1HWxDHngHTMkDe-59" value="">
          <mxGeometry height="50" relative="1" width="50" as="geometry">
            <mxPoint x="739.5" y="890" as="sourcePoint" />
            <mxPoint x="739.5" y="950" as="targetPoint" />
          </mxGeometry>
        </mxCell>
        <mxCell id="RG7e_Q1HWxDHngHTMkDe-66" edge="1" parent="1" style="endArrow=none;html=1;rounded=0;" value="">
          <mxGeometry height="50" relative="1" width="50" as="geometry">
            <Array as="points">
              <mxPoint x="419.3699999999999" y="840" />
            </Array>
            <mxPoint x="419.3699999999999" y="900" as="sourcePoint" />
            <mxPoint x="419.3699999999999" y="890" as="targetPoint" />
          </mxGeometry>
        </mxCell>
        <mxCell id="RG7e_Q1HWxDHngHTMkDe-67" parent="1" style="whiteSpace=wrap;html=1;aspect=fixed;" value="" vertex="1">
          <mxGeometry height="40" width="40" x="400" y="880" as="geometry" />
        </mxCell>
        <mxCell id="RG7e_Q1HWxDHngHTMkDe-68" parent="1" style="whiteSpace=wrap;html=1;aspect=fixed;" value="" vertex="1">
          <mxGeometry height="40" width="40" x="640" y="1040" as="geometry" />
        </mxCell>
        <mxCell id="RG7e_Q1HWxDHngHTMkDe-71" parent="1" style="whiteSpace=wrap;html=1;aspect=fixed;" value="" vertex="1">
          <mxGeometry height="40" width="40" x="800" y="1040" as="geometry" />
        </mxCell>
        <mxCell id="RG7e_Q1HWxDHngHTMkDe-72" edge="1" parent="1" source="RG7e_Q1HWxDHngHTMkDe-56" style="endArrow=none;html=1;rounded=0;exitX=0.5;exitY=1;exitDx=0;exitDy=0;" target="RG7e_Q1HWxDHngHTMkDe-73" value="">
          <mxGeometry height="50" relative="1" width="50" as="geometry">
            <Array as="points" />
            <mxPoint x="910" y="910" as="sourcePoint" />
            <mxPoint x="909.5" y="940" as="targetPoint" />
          </mxGeometry>
        </mxCell>
        <mxCell id="RG7e_Q1HWxDHngHTMkDe-73" parent="1" style="whiteSpace=wrap;html=1;aspect=fixed;" value="" vertex="1">
          <mxGeometry height="40" width="40" x="920" y="920" as="geometry" />
        </mxCell>
        <mxCell id="RG7e_Q1HWxDHngHTMkDe-74" edge="1" parent="1" source="RG7e_Q1HWxDHngHTMkDe-75" style="endArrow=none;html=1;rounded=0;exitX=0.5;exitY=0;exitDx=0;exitDy=0;entryX=0.5;entryY=1;entryDx=0;entryDy=0;" target="RG7e_Q1HWxDHngHTMkDe-53" value="">
          <mxGeometry height="50" relative="1" width="50" as="geometry">
            <mxPoint x="570" y="920" as="sourcePoint" />
            <mxPoint x="570" y="890" as="targetPoint" />
          </mxGeometry>
        </mxCell>
        <mxCell id="RG7e_Q1HWxDHngHTMkDe-75" parent="1" style="whiteSpace=wrap;html=1;aspect=fixed;" value="" vertex="1">
          <mxGeometry height="40" width="40" x="520" y="920" as="geometry" />
        </mxCell>
        <mxCell id="RG7e_Q1HWxDHngHTMkDe-76" edge="1" parent="1" source="RG7e_Q1HWxDHngHTMkDe-59" style="endArrow=none;html=1;rounded=0;exitX=0.5;exitY=1;exitDx=0;exitDy=0;" target="RG7e_Q1HWxDHngHTMkDe-71" value="">
          <mxGeometry height="50" relative="1" width="50" as="geometry">
            <mxPoint x="740" y="1000" as="sourcePoint" />
            <mxPoint x="740.5" y="1040" as="targetPoint" />
          </mxGeometry>
        </mxCell>
        <mxCell id="RG7e_Q1HWxDHngHTMkDe-77" edge="1" parent="1" source="RG7e_Q1HWxDHngHTMkDe-68" style="endArrow=none;html=1;rounded=0;entryX=0.5;entryY=1;entryDx=0;entryDy=0;" target="RG7e_Q1HWxDHngHTMkDe-57" value="">
          <mxGeometry height="50" relative="1" width="50" as="geometry">
            <mxPoint x="580" y="1040" as="sourcePoint" />
            <mxPoint x="630" y="990" as="targetPoint" />
          </mxGeometry>
        </mxCell>
        <mxCell id="RG7e_Q1HWxDHngHTMkDe-81" parent="1" style="rhombus;whiteSpace=wrap;html=1;" value="&lt;u&gt;Vkod&lt;/u&gt;" vertex="1">
          <mxGeometry height="80" width="80" x="940" y="280" as="geometry" />
        </mxCell>
        <mxCell id="RG7e_Q1HWxDHngHTMkDe-82" edge="1" parent="1" style="endArrow=none;html=1;rounded=0;" value="">
          <mxGeometry height="50" relative="1" width="50" as="geometry">
            <Array as="points">
              <mxPoint x="979.3699999999999" y="360" />
            </Array>
            <mxPoint x="979.3699999999999" y="420" as="sourcePoint" />
            <mxPoint x="979.3699999999999" y="410" as="targetPoint" />
          </mxGeometry>
        </mxCell>
        <mxCell id="RG7e_Q1HWxDHngHTMkDe-83" parent="1" style="whiteSpace=wrap;html=1;aspect=fixed;" value="" vertex="1">
          <mxGeometry height="40" width="40" x="960" y="400" as="geometry" />
        </mxCell>
        <mxCell id="RG7e_Q1HWxDHngHTMkDe-84" edge="1" parent="1" style="endArrow=none;html=1;rounded=0;entryX=1;entryY=0.5;entryDx=0;entryDy=0;" value="">
          <mxGeometry height="50" relative="1" width="50" as="geometry">
            <Array as="points">
              <mxPoint x="720" y="260" />
            </Array>
            <mxPoint x="980" y="260" as="sourcePoint" />
            <mxPoint x="660" y="259.9999999999999" as="targetPoint" />
          </mxGeometry>
        </mxCell>
        <mxCell id="RG7e_Q1HWxDHngHTMkDe-86" edge="1" parent="1" style="endArrow=none;html=1;rounded=0;entryX=0;entryY=0.5;entryDx=0;entryDy=0;" target="cRNSnMfscdT3k6Sjh0Lz-2" value="">
          <mxGeometry height="50" relative="1" width="50" as="geometry">
            <mxPoint x="-620" y="250" as="sourcePoint" />
            <mxPoint x="270" y="420" as="targetPoint" />
          </mxGeometry>
        </mxCell>
        <mxCell id="RG7e_Q1HWxDHngHTMkDe-87" edge="1" parent="1" style="endArrow=none;html=1;rounded=0;" value="">
          <mxGeometry height="50" relative="1" width="50" as="geometry">
            <mxPoint x="20" y="700" as="sourcePoint" />
            <mxPoint x="-360" y="700" as="targetPoint" />
          </mxGeometry>
        </mxCell>
        <mxCell id="RG7e_Q1HWxDHngHTMkDe-88" edge="1" parent="1" style="endArrow=none;html=1;rounded=0;" value="">
          <mxGeometry height="50" relative="1" width="50" as="geometry">
            <mxPoint x="-361" y="700" as="sourcePoint" />
            <mxPoint x="-361.43" y="250" as="targetPoint" />
          </mxGeometry>
        </mxCell>
        <mxCell id="RG7e_Q1HWxDHngHTMkDe-89" edge="1" parent="1" source="RG7e_Q1HWxDHngHTMkDe-35" style="endArrow=none;html=1;rounded=0;exitX=0.5;exitY=0;exitDx=0;exitDy=0;" value="">
          <mxGeometry height="50" relative="1" width="50" as="geometry">
            <mxPoint x="-1000" y="760" as="sourcePoint" />
            <mxPoint x="-620" y="760" as="targetPoint" />
          </mxGeometry>
        </mxCell>
        <mxCell id="RG7e_Q1HWxDHngHTMkDe-90" edge="1" parent="1" style="endArrow=none;html=1;rounded=0;" value="">
          <mxGeometry height="50" relative="1" width="50" as="geometry">
            <mxPoint x="270" y="700" as="sourcePoint" />
            <mxPoint x="270" y="250" as="targetPoint" />
          </mxGeometry>
        </mxCell>
        <mxCell id="RG7e_Q1HWxDHngHTMkDe-91" edge="1" parent="1" style="endArrow=none;html=1;rounded=0;entryX=1;entryY=0.5;entryDx=0;entryDy=0;" target="cRNSnMfscdT3k6Sjh0Lz-2" value="">
          <mxGeometry height="50" relative="1" width="50" as="geometry">
            <mxPoint x="268.57" y="250" as="sourcePoint" />
            <mxPoint x="58.57" y="310" as="targetPoint" />
          </mxGeometry>
        </mxCell>
        <mxCell id="RG7e_Q1HWxDHngHTMkDe-92" edge="1" parent="1" style="endArrow=none;html=1;rounded=0;" value="">
          <mxGeometry height="50" relative="1" width="50" as="geometry">
            <mxPoint x="270" y="699" as="sourcePoint" />
            <mxPoint x="745.0000000000255" y="698.57" as="targetPoint" />
          </mxGeometry>
        </mxCell>
        <mxCell id="RG7e_Q1HWxDHngHTMkDe-93" edge="1" parent="1" source="cRNSnMfscdT3k6Sjh0Lz-23" style="endArrow=none;html=1;rounded=0;entryX=0.5;entryY=1;entryDx=0;entryDy=0;exitX=0.5;exitY=0;exitDx=0;exitDy=0;" target="cRNSnMfscdT3k6Sjh0Lz-20" value="">
          <mxGeometry height="50" relative="1" width="50" as="geometry">
            <mxPoint x="168.57" y="490" as="sourcePoint" />
            <mxPoint x="218.57" y="440" as="targetPoint" />
          </mxGeometry>
        </mxCell>
        <mxCell id="RG7e_Q1HWxDHngHTMkDe-95" parent="1" style="rhombus;whiteSpace=wrap;html=1;" value="Vendeg" vertex="1">
          <mxGeometry height="80" width="80" x="1460" y="280" as="geometry" />
        </mxCell>
        <mxCell id="RG7e_Q1HWxDHngHTMkDe-96" edge="1" parent="1" style="endArrow=none;html=1;rounded=0;" value="">
          <mxGeometry height="50" relative="1" width="50" as="geometry">
            <Array as="points">
              <mxPoint x="1499.37" y="360" />
            </Array>
            <mxPoint x="1499.37" y="420" as="sourcePoint" />
            <mxPoint x="1499.37" y="410" as="targetPoint" />
          </mxGeometry>
        </mxCell>
        <mxCell id="RG7e_Q1HWxDHngHTMkDe-97" parent="1" style="whiteSpace=wrap;html=1;aspect=fixed;" value="" vertex="1">
          <mxGeometry height="40" width="40" x="1480" y="400" as="geometry" />
        </mxCell>
        <mxCell id="RG7e_Q1HWxDHngHTMkDe-99" edge="1" parent="1" style="endArrow=none;html=1;rounded=0;" value="">
          <mxGeometry height="50" relative="1" width="50" as="geometry">
            <Array as="points">
              <mxPoint x="1099.37" y="360" />
            </Array>
            <mxPoint x="1099.37" y="420" as="sourcePoint" />
            <mxPoint x="1099.37" y="410" as="targetPoint" />
          </mxGeometry>
        </mxCell>
        <mxCell id="RG7e_Q1HWxDHngHTMkDe-100" parent="1" style="whiteSpace=wrap;html=1;aspect=fixed;" value="" vertex="1">
          <mxGeometry height="40" width="40" x="1080" y="400" as="geometry" />
        </mxCell>
        <mxCell id="RG7e_Q1HWxDHngHTMkDe-102" edge="1" parent="1" style="endArrow=none;html=1;rounded=0;entryX=1;entryY=0.5;entryDx=0;entryDy=0;" value="">
          <mxGeometry height="50" relative="1" width="50" as="geometry">
            <mxPoint x="1500" y="240" as="sourcePoint" />
            <mxPoint x="1290" y="239.9999999999999" as="targetPoint" />
          </mxGeometry>
        </mxCell>
        <mxCell id="RG7e_Q1HWxDHngHTMkDe-103" edge="1" parent="1" source="RG7e_Q1HWxDHngHTMkDe-95" style="endArrow=none;html=1;rounded=0;exitX=0.5;exitY=0;exitDx=0;exitDy=0;" value="">
          <mxGeometry height="50" relative="1" width="50" as="geometry">
            <mxPoint x="1650" y="450" as="sourcePoint" />
            <mxPoint x="1500" y="240" as="targetPoint" />
          </mxGeometry>
        </mxCell>
        <mxCell id="RG7e_Q1HWxDHngHTMkDe-104" edge="1" parent="1" style="endArrow=none;html=1;rounded=0;entryX=0.5;entryY=1;entryDx=0;entryDy=0;" target="RG7e_Q1HWxDHngHTMkDe-33" value="">
          <mxGeometry height="50" relative="1" width="50" as="geometry">
            <mxPoint x="-740" y="840" as="sourcePoint" />
            <mxPoint x="-690" y="790" as="targetPoint" />
          </mxGeometry>
        </mxCell>
        <mxCell id="RG7e_Q1HWxDHngHTMkDe-105" edge="1" parent="1" style="endArrow=none;html=1;rounded=0;entryX=0.5;entryY=0;entryDx=0;entryDy=0;" target="RG7e_Q1HWxDHngHTMkDe-33" value="">
          <mxGeometry height="50" relative="1" width="50" as="geometry">
            <mxPoint x="-620" y="250" as="sourcePoint" />
            <mxPoint x="-540" y="680" as="targetPoint" />
          </mxGeometry>
        </mxCell>
        <mxCell id="RG7e_Q1HWxDHngHTMkDe-106" edge="1" parent="1" style="endArrow=none;html=1;rounded=0;entryX=0.5;entryY=0;entryDx=0;entryDy=0;" target="RG7e_Q1HWxDHngHTMkDe-38" value="">
          <mxGeometry height="50" relative="1" width="50" as="geometry">
            <mxPoint x="-620" y="760" as="sourcePoint" />
            <mxPoint x="-541.4300000000001" y="840" as="targetPoint" />
          </mxGeometry>
        </mxCell>
        <mxCell id="RG7e_Q1HWxDHngHTMkDe-108" edge="1" parent="1" style="endArrow=none;html=1;rounded=0;" value="">
          <mxGeometry height="50" relative="1" width="50" as="geometry">
            <mxPoint x="1291" y="240" as="sourcePoint" />
            <mxPoint x="1100" y="241" as="targetPoint" />
          </mxGeometry>
        </mxCell>
        <mxCell id="RG7e_Q1HWxDHngHTMkDe-109" edge="1" parent="1" style="endArrow=none;html=1;rounded=0;entryX=0.5;entryY=0;entryDx=0;entryDy=0;" value="">
          <mxGeometry height="50" relative="1" width="50" as="geometry">
            <mxPoint x="1100" y="240" as="sourcePoint" />
            <mxPoint x="1100" y="279.9999999999999" as="targetPoint" />
          </mxGeometry>
        </mxCell>
        <mxCell id="RG7e_Q1HWxDHngHTMkDe-110" edge="1" parent="1" source="RG7e_Q1HWxDHngHTMkDe-98" style="endArrow=none;dashed=1;html=1;dashPattern=1 3;strokeWidth=2;rounded=0;" value="">
          <mxGeometry height="50" relative="1" width="50" as="geometry">
            <mxPoint x="1120" y="332" as="sourcePoint" />
            <mxPoint x="1080" y="332.29" as="targetPoint" />
          </mxGeometry>
        </mxCell>
        <mxCell id="RG7e_Q1HWxDHngHTMkDe-111" edge="1" parent="1" style="endArrow=none;dashed=1;html=1;dashPattern=1 3;strokeWidth=2;rounded=0;exitX=1;exitY=1;exitDx=0;exitDy=0;" value="">
          <mxGeometry height="50" relative="1" width="50" as="geometry">
            <mxPoint x="1520" y="330" as="sourcePoint" />
            <mxPoint x="1480" y="330" as="targetPoint" />
          </mxGeometry>
        </mxCell>
        <mxCell id="RG7e_Q1HWxDHngHTMkDe-98" parent="1" style="rhombus;whiteSpace=wrap;html=1;" value="Etterem" vertex="1">
          <mxGeometry height="80" width="80" x="1060" y="280" as="geometry" />
        </mxCell>
        <mxCell id="neh2cUuCY0D2bWV3mWCs-2" edge="1" parent="1" style="endArrow=none;dashed=1;html=1;dashPattern=1 3;strokeWidth=2;rounded=0;exitX=1;exitY=1;exitDx=0;exitDy=0;entryX=0;entryY=1;entryDx=0;entryDy=0;" value="">
          <mxGeometry height="50" relative="1" width="50" as="geometry">
            <mxPoint x="1120" y="330" as="sourcePoint" />
            <mxPoint x="1080" y="330" as="targetPoint" />
          </mxGeometry>
        </mxCell>
        <mxCell id="jQbM_TmNQP2dkpPINiIH-1" edge="1" parent="1" source="RG7e_Q1HWxDHngHTMkDe-81" style="endArrow=none;html=1;rounded=0;exitX=0.5;exitY=0;exitDx=0;exitDy=0;" value="">
          <mxGeometry height="50" relative="1" width="50" as="geometry">
            <mxPoint x="510" y="360" as="sourcePoint" />
            <mxPoint x="980" y="260" as="targetPoint" />
          </mxGeometry>
        </mxCell>
+         <mxCell id="o1hduBlmX-iCv-unI9vT-1" edge="1" parent="1" style="endArrow=none;html=1;rounded=0;entryX=0.5;entryY=1;entryDx=0;entryDy=0;" target="hJ1O73lJxuiaSyrEaOxn-84" value="">
+           <mxGeometry height="50" relative="1" width="50" as="geometry">
+             <mxPoint x="540" y="600" as="sourcePoint" />
+             <mxPoint x="540" y="550" as="targetPoint" />
+           </mxGeometry>
+         </mxCell>
+         <mxCell id="hJ1O73lJxuiaSyrEaOxn-84" parent="1" style="whiteSpace=wrap;html=1;aspect=fixed;" value="" vertex="1">
+           <mxGeometry height="40" width="40" x="520" y="560" as="geometry" />
+         </mxCell>
+         <mxCell id="o1hduBlmX-iCv-unI9vT-2" edge="1" parent="1" style="endArrow=none;html=1;rounded=0;" target="RG7e_Q1HWxDHngHTMkDe-43" value="">
+           <mxGeometry height="50" relative="1" width="50" as="geometry">
+             <Array as="points" />
+             <mxPoint x="-860.6300000000001" y="920" as="sourcePoint" />
+             <mxPoint x="-860.6300000000001" y="910" as="targetPoint" />
+           </mxGeometry>
+         </mxCell>
+         <mxCell id="RG7e_Q1HWxDHngHTMkDe-43" parent="1" style="whiteSpace=wrap;html=1;aspect=fixed;" value="" vertex="1">
+           <mxGeometry height="40" width="40" x="-880" y="880" as="geometry" />
+         </mxCell>
      </root>
    </mxGraphModel>
  </diagram>
</mxfile>
